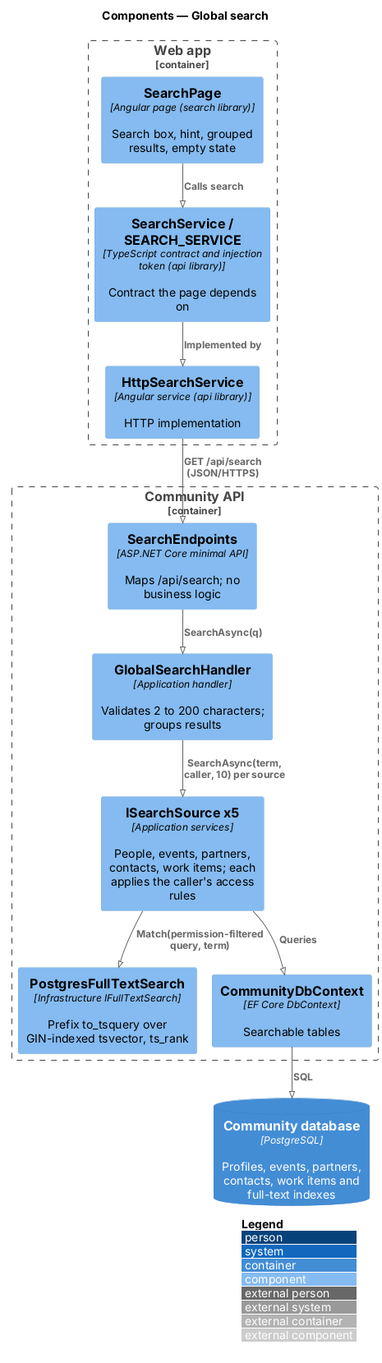
The PlantUML diagram docs/detailed-designs/search/global-search/diagrams/c4-component.png in QuinntyneBrown/faithtech-community, before a commit.
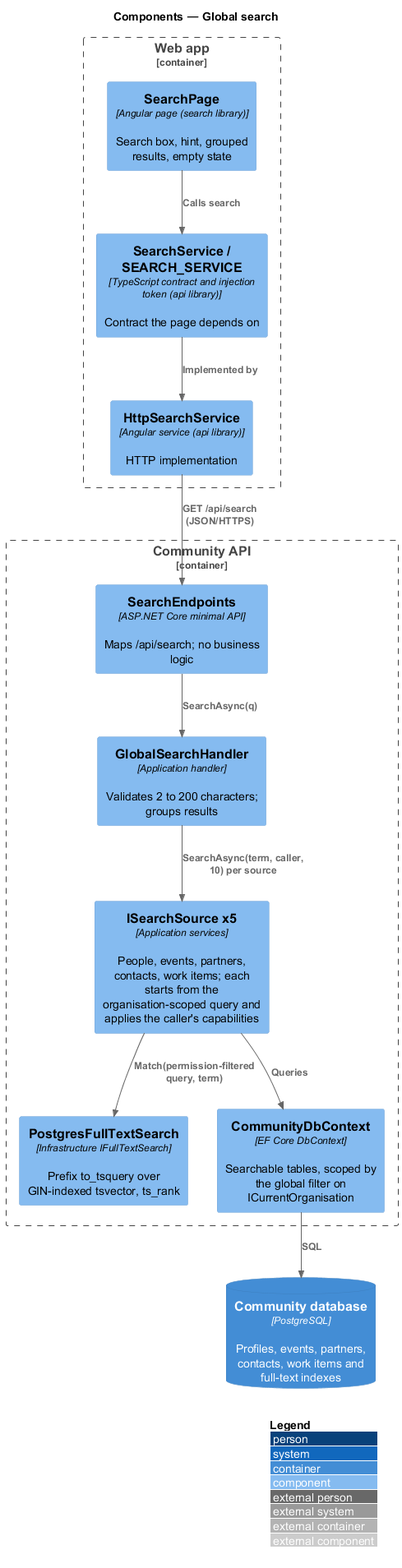
After the change.

What changed in the source:
```diff
@@ -1,5 +1,4 @@
 @startuml
-!pragma layout smetana
 !include <C4/C4_Component>
 LAYOUT_WITH_LEGEND()
 title Components — Global search
@@ -12,9 +11,9 @@
 Container_Boundary(api, "Community API") {
   Component(ep, "SearchEndpoints", "ASP.NET Core minimal API", "Maps /api/search; no business logic")
   Component(h, "GlobalSearchHandler", "Application handler", "Validates 2 to 200 characters; groups results")
-  Component(src, "ISearchSource x5", "Application services", "People, events, partners, contacts, work items; each applies the caller's access rules")
+  Component(src, "ISearchSource x5", "Application services", "People, events, partners, contacts, work items; each starts from the organisation-scoped query and applies the caller's capabilities")
   Component(fts, "PostgresFullTextSearch", "Infrastructure IFullTextSearch", "Prefix to_tsquery over GIN-indexed tsvector, ts_rank")
-  Component(ctx, "CommunityDbContext", "EF Core DbContext", "Searchable tables")
+  Component(ctx, "CommunityDbContext", "EF Core DbContext", "Searchable tables, scoped by the global filter on ICurrentOrganisation")
 }
 ContainerDb(db, "Community database", "PostgreSQL", "Profiles, events, partners, contacts, work items and full-text indexes")
 Rel(page, svc, "Calls search")
```
